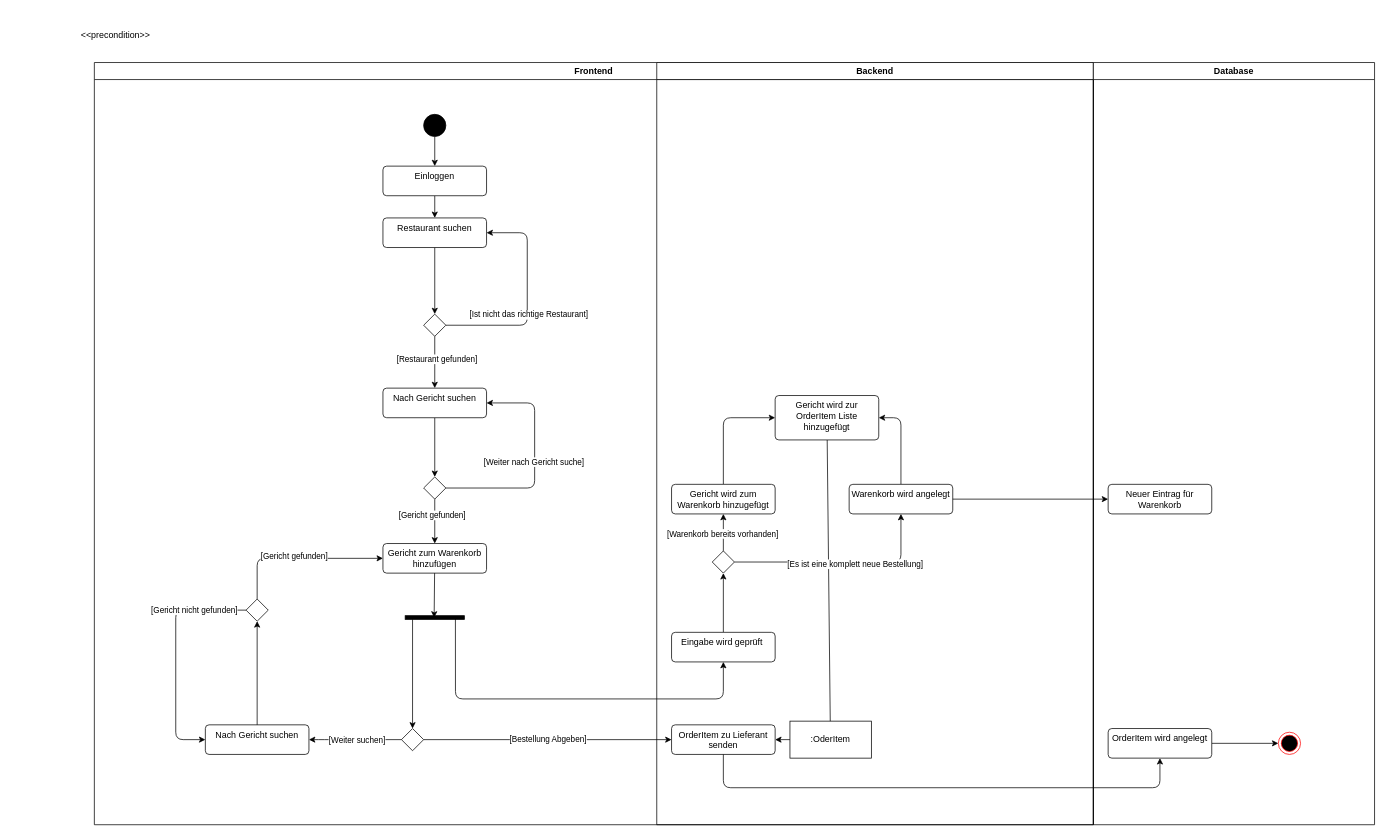
T-A-Winter/IMSE keeps this draw.io diagram as 1.2.2 - Gericht_zur_Bestellung_hinzufügen.drawio. Above is the earlier version. Source tidied: cells renumbered, new cells numbered last; positions are measured from the earlier drawing's top-left corner, leaving out a move shared by most shapes. Both pictures are drawn from the tidied source at 74%, with x=0, y=0 at pixel (72, 24).
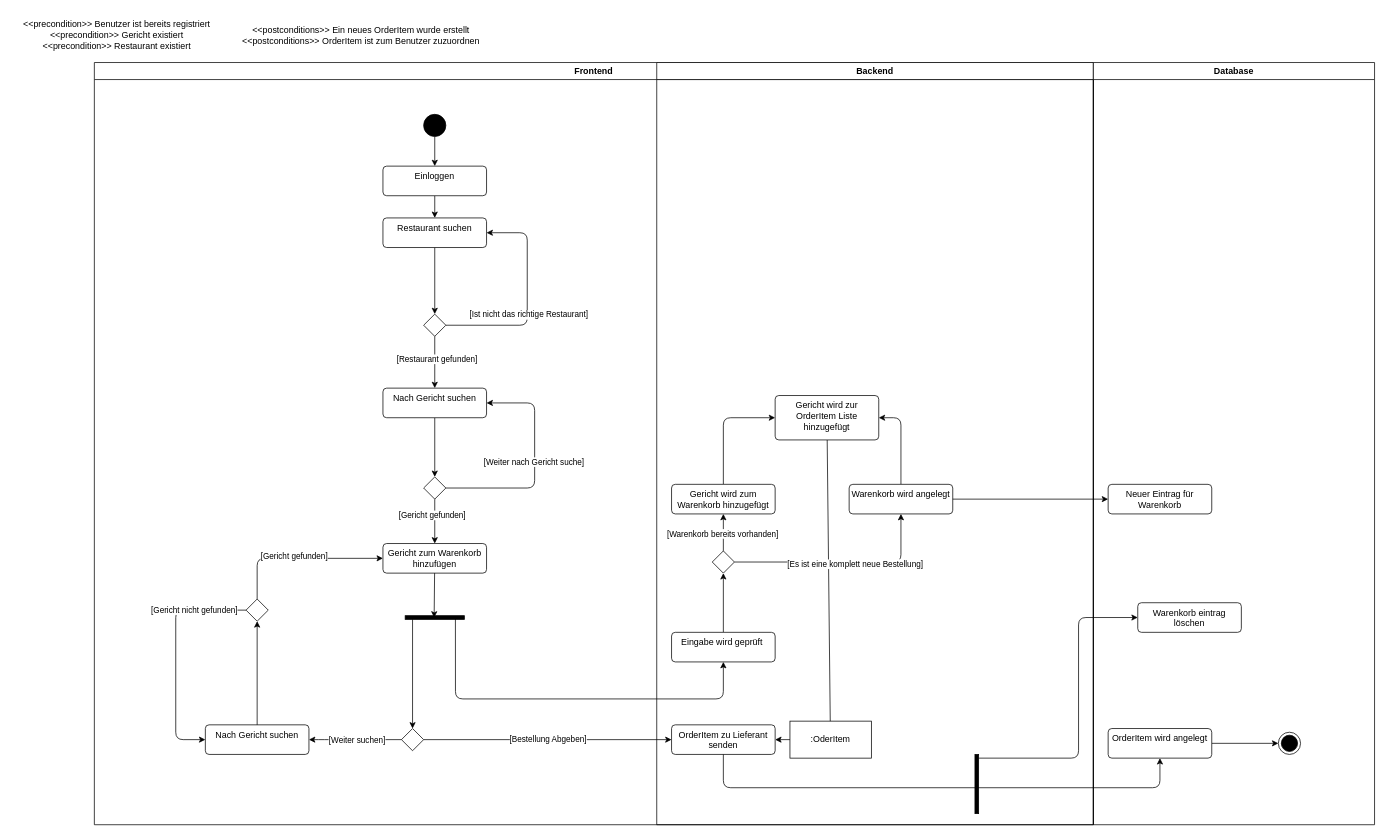
The same diagram, later.

Unchanged cells that the change refers to:
```xml
<mxCell id="35" value="Backend" style="swimlane;whiteSpace=wrap;html=1;" parent="2" vertex="1">
  <mxGeometry x="760" width="590" height="1030" as="geometry" />
</mxCell>
<mxCell id="54" value="Database" style="swimlane;whiteSpace=wrap;html=1;" parent="1" vertex="1">
  <mxGeometry x="1380" y="52" width="380" height="1030" as="geometry" />
</mxCell>
<mxCell id="56" value="OrderItem wird angelegt" style="html=1;align=center;verticalAlign=top;rounded=1;absoluteArcSize=1;arcSize=10;dashed=0;whiteSpace=wrap;" parent="54" vertex="1">
  <mxGeometry x="20" y="900" width="140" height="40" as="geometry" />
</mxCell>
```

Change to the diagram source:
```diff
@@
+    <mxCell id="62" style="html=1;points=[];perimeter=orthogonalPerimeter;fillColor=strokeColor;" parent="35" vertex="1">
+      <mxGeometry x="430" y="935" width="5" height="80" as="geometry" />
+    </mxCell>
@@
-    <mxCell id="55" style="edgeStyle=none;html=1;entryX=0;entryY=0.5;entryDx=0;entryDy=0;" parent="54" edge="1" source="56" target="58">
-      <mxGeometry relative="1" as="geometry" />
+    <mxCell id="55" style="edgeStyle=none;html=1;entryX=0;entryY=0.5;entryDx=0;entryDy=0;" parent="54" edge="1" source="56">
+      <mxGeometry relative="1" as="geometry">
+        <mxPoint x="250" y="920" as="targetPoint" />
+      </mxGeometry>
     </mxCell>
@@
-    <mxCell id="58" style="ellipse;html=1;shape=endState;fillColor=#000000;strokeColor=#ff0000;" parent="54" vertex="1">
-      <mxGeometry x="250" y="905" width="30" height="30" as="geometry" />
-    </mxCell>
+    <mxCell id="63" value="Warenkorb eintrag löschen" style="html=1;align=center;verticalAlign=top;rounded=1;absoluteArcSize=1;arcSize=10;dashed=0;whiteSpace=wrap;" parent="54" vertex="1">
+      <mxGeometry x="60" y="730" width="140" height="40" as="geometry" />
+    </mxCell>
+    <mxCell id="64" style="ellipse;html=1;shape=endState;fillColor=strokeColor;" parent="54" vertex="1">
+      <mxGeometry x="250" y="905" width="30" height="30" as="geometry" />
+    </mxCell>
@@
-    <mxCell id="61" value="&amp;lt;&amp;lt;precondition&amp;gt;&amp;gt;&amp;nbsp;" style="text;html=1;align=center;verticalAlign=middle;strokeColor=none;fillColor=none;" parent="1" vertex="1">
-      <mxGeometry width="120" height="30" as="geometry" />
+    <mxCell id="61" value="&amp;lt;&amp;lt;precondition&amp;gt;&amp;gt; Benutzer ist bereits&amp;nbsp;&lt;span class=&quot;yKMVIe&quot; aria-level=&quot;1&quot; role=&quot;heading&quot;&gt;registriert&lt;/span&gt;&lt;div&gt;&lt;span class=&quot;yKMVIe&quot; aria-level=&quot;1&quot; role=&quot;heading&quot;&gt;&lt;span style=&quot;color: rgb(0, 0, 0);&quot;&gt;&amp;lt;&amp;lt;precondition&amp;gt;&amp;gt; Gericht existiert&lt;/span&gt;&lt;/span&gt;&lt;/div&gt;&lt;div&gt;&lt;span class=&quot;yKMVIe&quot; aria-level=&quot;1&quot; role=&quot;heading&quot;&gt;&lt;span style=&quot;color: rgb(0, 0, 0);&quot;&gt;&amp;lt;&amp;lt;precondition&amp;gt;&amp;gt; Restaurant existiert&lt;/span&gt;&lt;/span&gt;&lt;/div&gt;" style="text;html=1;align=center;verticalAlign=middle;strokeColor=none;fillColor=none;" parent="1" vertex="1">
+      <mxGeometry x="-80" y="-15" width="280" height="60" as="geometry" />
     </mxCell>
+    <mxCell id="65" value="&amp;lt;&amp;lt;postconditions&amp;gt;&amp;gt; Ein neues OrderItem wurde erstellt&lt;div&gt;&lt;span style=&quot;color: rgb(0, 0, 0);&quot;&gt;&amp;lt;&amp;lt;postconditions&amp;gt;&amp;gt; OrderItem ist zum Benutzer zuzuordnen&lt;/span&gt;&lt;/div&gt;" style="text;html=1;align=center;verticalAlign=middle;strokeColor=none;fillColor=none;" parent="1" vertex="1">
+      <mxGeometry x="220" y="-5" width="340" height="40" as="geometry" />
+    </mxCell>
+    <mxCell id="66" style="edgeStyle=none;html=1;entryX=0;entryY=0.5;entryDx=0;entryDy=0;" parent="1" edge="1" source="62" target="63">
+      <mxGeometry relative="1" as="geometry">
+        <Array as="points">
+          <mxPoint x="1360" y="992" />
+          <mxPoint x="1360" y="802" />
+        </Array>
+      </mxGeometry>
+    </mxCell>
```
